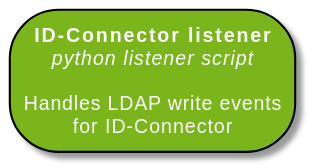
The PlantUML diagram docs/images/object_listener.svg in univention/ucsschool-id-connector, before a commit. Its diagram source:
```plantuml
@startuml
    !include styling.puml
    storage "<b>ID-Connector listener\n<i>python listener script\n\nHandles LDAP write events\nfor ID-Connector" as listener
@enduml
```
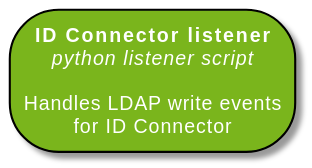
Later version of the same file.

Diff of the diagram source:
```diff
@@ -1,4 +1,4 @@
 @startuml
     !include styling.puml
-    storage "<b>ID-Connector listener\n<i>python listener script\n\nHandles LDAP write events\nfor ID-Connector" as listener
+    storage "<b>ID Connector listener\n<i>python listener script\n\nHandles LDAP write events\nfor ID Connector" as listener
 @enduml
```
